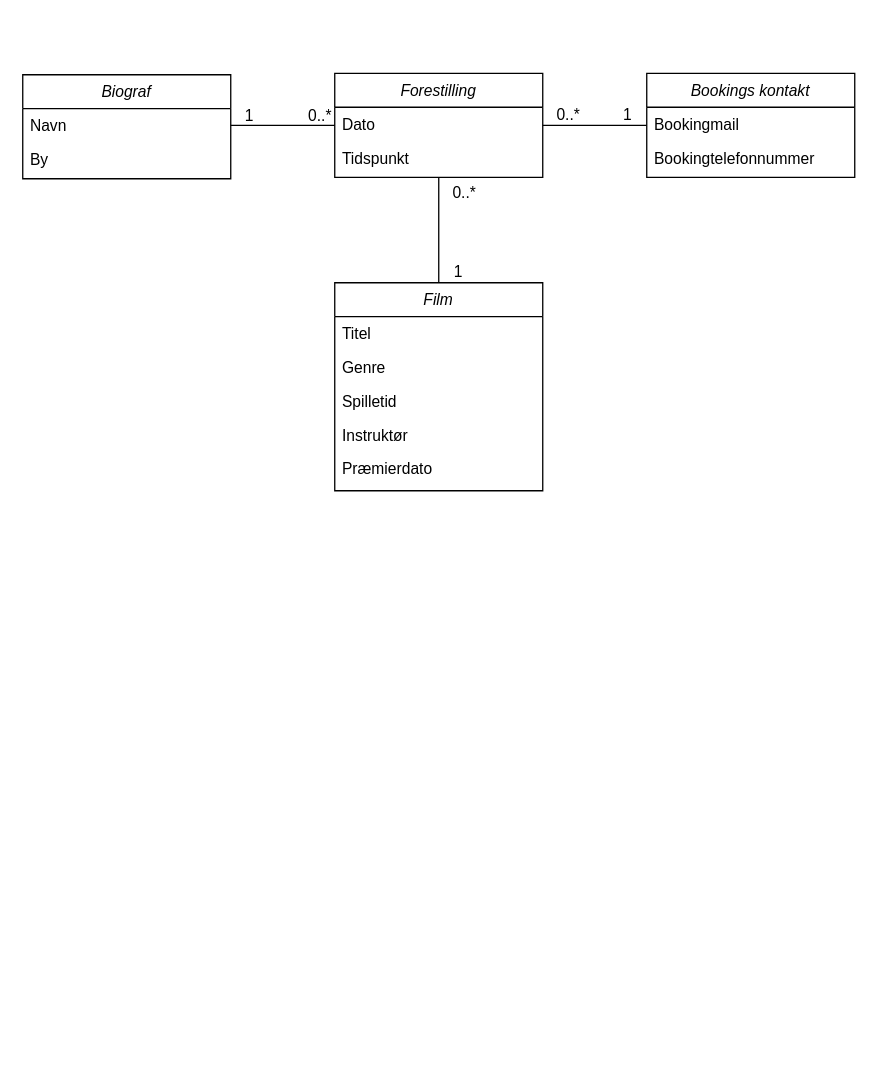
PVNagel/UCLExercises keeps this draw.io diagram as TheMovies/Domain model.drawio. Above is the earlier version. Source tidied: cells renumbered, new cells numbered last; positions are measured from the earlier drawing's top-left corner, leaving out a move shared by most shapes. Both pictures are drawn from the tidied source at 130%, with x=0, y=0 at pixel (22, 73).
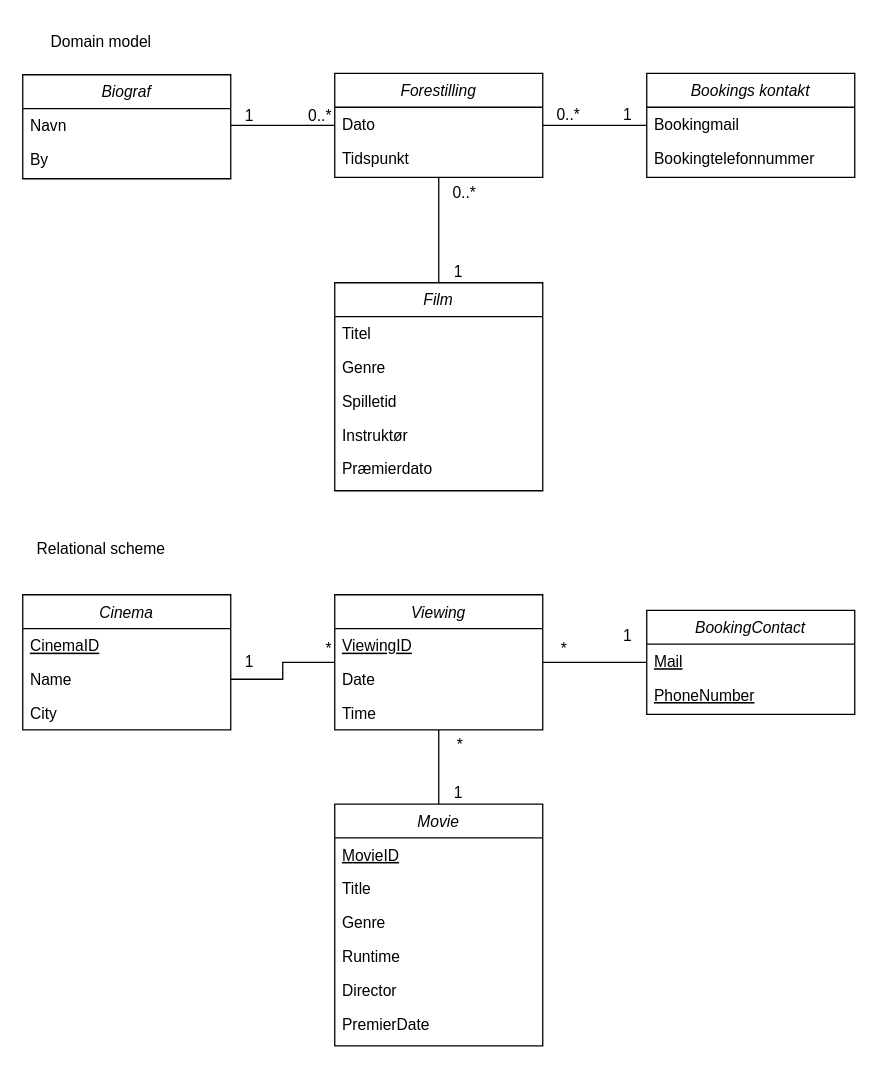
The same diagram, later.

Change to the diagram source:
```diff
@@
+    <mxCell id="26" value="Cinema" style="swimlane;fontStyle=2;align=center;verticalAlign=top;horizontal=1;startSize=26;rounded=0;shadow=0;strokeWidth=1;" parent="1" vertex="1">
+      <mxGeometry y="401" width="160" height="104" as="geometry" />
+    </mxCell>
+    <mxCell id="27" value="CinemaID" style="text;align=left;verticalAlign=top;spacingLeft=4;spacingRight=4;overflow=hidden;fontStyle=4;" parent="26" vertex="1">
+      <mxGeometry y="26" width="160" height="26" as="geometry" />
+    </mxCell>
+    <mxCell id="28" value="Name" style="text;align=left;verticalAlign=top;spacingLeft=4;spacingRight=4;overflow=hidden;points=[[0,0.5],[1,0.5]];portConstraint=eastwest;" parent="26" vertex="1">
+      <mxGeometry y="52" width="160" height="26" as="geometry" />
+    </mxCell>
+    <mxCell id="29" value="City" style="text;align=left;verticalAlign=top;spacingLeft=4;spacingRight=4;overflow=hidden;rounded=0;shadow=0;html=0;" parent="26" vertex="1">
+      <mxGeometry y="78" width="160" height="26" as="geometry" />
+    </mxCell>
+    <mxCell id="30" value="Movie" style="swimlane;fontStyle=2;align=center;verticalAlign=top;horizontal=1;startSize=26;rounded=0;shadow=0;strokeWidth=1;" parent="1" vertex="1">
+      <mxGeometry x="240" y="562" width="160" height="186" as="geometry" />
+    </mxCell>
+    <mxCell id="31" value="MovieID" style="text;align=left;verticalAlign=top;spacingLeft=4;spacingRight=4;overflow=hidden;rounded=0;shadow=0;html=0;fontStyle=4;" parent="30" vertex="1">
+      <mxGeometry y="26" width="160" height="26" as="geometry" />
+    </mxCell>
+    <mxCell id="32" value="Title" style="text;align=left;verticalAlign=top;spacingLeft=4;spacingRight=4;overflow=hidden;" parent="30" vertex="1">
+      <mxGeometry y="52" width="160" height="26" as="geometry" />
+    </mxCell>
+    <mxCell id="33" value="Genre" style="text;align=left;verticalAlign=top;spacingLeft=4;spacingRight=4;overflow=hidden;rounded=0;shadow=0;html=0;" parent="30" vertex="1">
+      <mxGeometry y="78" width="160" height="26" as="geometry" />
+    </mxCell>
+    <mxCell id="34" value="Runtime" style="text;align=left;verticalAlign=top;spacingLeft=4;spacingRight=4;overflow=hidden;rounded=0;shadow=0;html=0;" parent="30" vertex="1">
+      <mxGeometry y="104" width="160" height="26" as="geometry" />
+    </mxCell>
+    <mxCell id="35" value="Director" style="text;align=left;verticalAlign=top;spacingLeft=4;spacingRight=4;overflow=hidden;rounded=0;shadow=0;html=0;" parent="30" vertex="1">
+      <mxGeometry y="130" width="160" height="26" as="geometry" />
+    </mxCell>
+    <mxCell id="36" value="PremierDate" style="text;align=left;verticalAlign=top;spacingLeft=4;spacingRight=4;overflow=hidden;rounded=0;shadow=0;html=0;" parent="30" vertex="1">
+      <mxGeometry y="156" width="160" height="30" as="geometry" />
+    </mxCell>
+    <mxCell id="37" value="Viewing" style="swimlane;fontStyle=2;align=center;verticalAlign=top;horizontal=1;startSize=26;rounded=0;shadow=0;strokeWidth=1;" parent="1" vertex="1">
+      <mxGeometry x="240" y="401" width="160" height="104" as="geometry" />
+    </mxCell>
+    <mxCell id="38" value="ViewingID" style="text;align=left;verticalAlign=top;spacingLeft=4;spacingRight=4;overflow=hidden;fontStyle=4;" parent="37" vertex="1">
+      <mxGeometry y="26" width="160" height="26" as="geometry" />
+    </mxCell>
+    <mxCell id="39" value="Date" style="text;align=left;verticalAlign=top;spacingLeft=4;spacingRight=4;overflow=hidden;" parent="37" vertex="1">
+      <mxGeometry y="52" width="160" height="26" as="geometry" />
+    </mxCell>
+    <mxCell id="40" value="Time" style="text;align=left;verticalAlign=top;spacingLeft=4;spacingRight=4;overflow=hidden;rounded=0;shadow=0;html=0;" parent="37" vertex="1">
+      <mxGeometry y="78" width="160" height="26" as="geometry" />
+    </mxCell>
+    <mxCell id="41" style="endArrow=none;shadow=0;strokeWidth=1;rounded=0;endFill=0;edgeStyle=elbowEdgeStyle;elbow=vertical;" parent="1" edge="1" source="30" target="37">
+      <mxGeometry x="0.5" y="41" relative="1" as="geometry">
+        <mxPoint x="-40" y="32" as="offset" />
+      </mxGeometry>
+    </mxCell>
+    <mxCell id="42" value="1" style="align=left;verticalAlign=bottom;labelBackgroundColor=none;fontSize=12;" parent="41" vertex="1">
+      <mxGeometry x="-1" relative="1" as="geometry">
+        <mxPoint x="10" as="offset" />
+      </mxGeometry>
+    </mxCell>
+    <mxCell id="43" value="*" style="align=right;verticalAlign=bottom;labelBackgroundColor=none;fontSize=12;" parent="41" vertex="1">
+      <mxGeometry x="1" relative="1" as="geometry">
+        <mxPoint x="20" y="20" as="offset" />
+      </mxGeometry>
+    </mxCell>
+    <mxCell id="44" style="edgeStyle=orthogonalEdgeStyle;rounded=0;jettySize=auto;html=1;endArrow=none;endFill=0;" parent="1" edge="1" source="28" target="37">
+      <mxGeometry relative="1" as="geometry" />
+    </mxCell>
+    <mxCell id="45" value="1" style="align=right;verticalAlign=bottom;labelBackgroundColor=none;fontSize=12;" parent="1" vertex="1">
+      <mxGeometry x="20" y="461" width="160" as="geometry" />
+    </mxCell>
+    <mxCell id="46" value="*" style="align=right;verticalAlign=bottom;labelBackgroundColor=none;fontSize=12;" parent="1" vertex="1">
+      <mxGeometry x="80" y="451" width="160" as="geometry" />
+    </mxCell>
+    <mxCell id="47" style="edgeStyle=orthogonalEdgeStyle;rounded=0;jettySize=auto;html=1;endArrow=none;endFill=0;" parent="1" edge="1" source="48" target="37">
+      <mxGeometry relative="1" as="geometry" />
+    </mxCell>
+    <mxCell id="48" value="BookingContact" style="swimlane;fontStyle=2;align=center;verticalAlign=top;horizontal=1;startSize=26;rounded=0;shadow=0;strokeWidth=1;" parent="1" vertex="1">
+      <mxGeometry x="480" y="413" width="160" height="80" as="geometry" />
+    </mxCell>
+    <mxCell id="49" value="Mail" style="text;align=left;verticalAlign=top;spacingLeft=4;spacingRight=4;overflow=hidden;fontStyle=4;" parent="48" vertex="1">
+      <mxGeometry y="26" width="160" height="26" as="geometry" />
+    </mxCell>
+    <mxCell id="50" value="PhoneNumber" style="text;align=left;verticalAlign=top;spacingLeft=4;spacingRight=4;overflow=hidden;rounded=0;shadow=0;html=0;fontStyle=4;" parent="48" vertex="1">
+      <mxGeometry y="52" width="160" height="26" as="geometry" />
+    </mxCell>
+    <mxCell id="51" value="1" style="align=right;verticalAlign=bottom;labelBackgroundColor=none;fontSize=12;" parent="1" vertex="1">
+      <mxGeometry x="470" y="441" as="geometry" />
+    </mxCell>
+    <mxCell id="52" value="*" style="align=right;verticalAlign=bottom;labelBackgroundColor=none;fontSize=12;" parent="1" vertex="1">
+      <mxGeometry x="420" y="451" as="geometry" />
+    </mxCell>
+    <mxCell id="53" value="Relational scheme" style="text;html=1;align=center;verticalAlign=middle;strokeColor=none;fillColor=none;" parent="1" vertex="1">
+      <mxGeometry y="351" width="120" height="30" as="geometry" />
+    </mxCell>
+    <mxCell id="54" value="Domain model" style="text;html=1;align=center;verticalAlign=middle;strokeColor=none;fillColor=none;" parent="1" vertex="1">
+      <mxGeometry x="10" y="-39" width="100" height="30" as="geometry" />
+    </mxCell>
```
